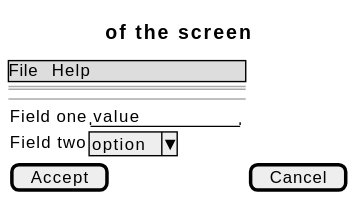
This is docs/01-requirements/use-cases/overrideGrade/wireframes.svg from didactika/kampus, a PlantUML export, as it was before one commit.
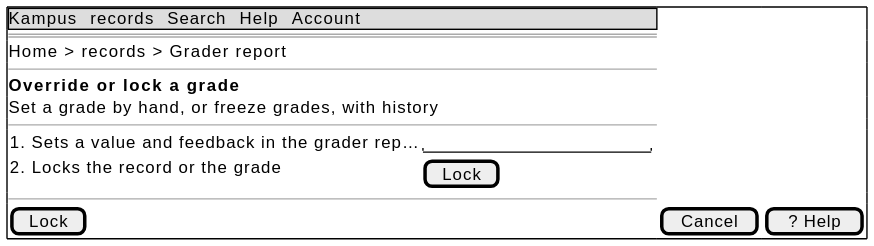
The same diagram one commit later.

What changed in the source:
```diff
@@ -1,13 +1,17 @@
 @startsalt
-{
-  {* File | Help }
+{+
+  {* Kampus | records | Search | Help | Account }
   ==
-  Title of the screen
+  Home > records > Grader report
+  --
+  <b>Override or lock a grade
+  Set a grade by hand, or freeze grades, with history
   --
   {
-    Field one | "value        "
-    Field two | ^option^
+    1. Sets a value and feedback in the grader rep… | "                    "
+    2. Locks the record or the grade | [ Lock ]
   }
-  [ Accept ] | [ Cancel ]
+  --
+  [ Lock ] | [ Cancel ] | [ ? Help ]
 }
 @endsalt
```
